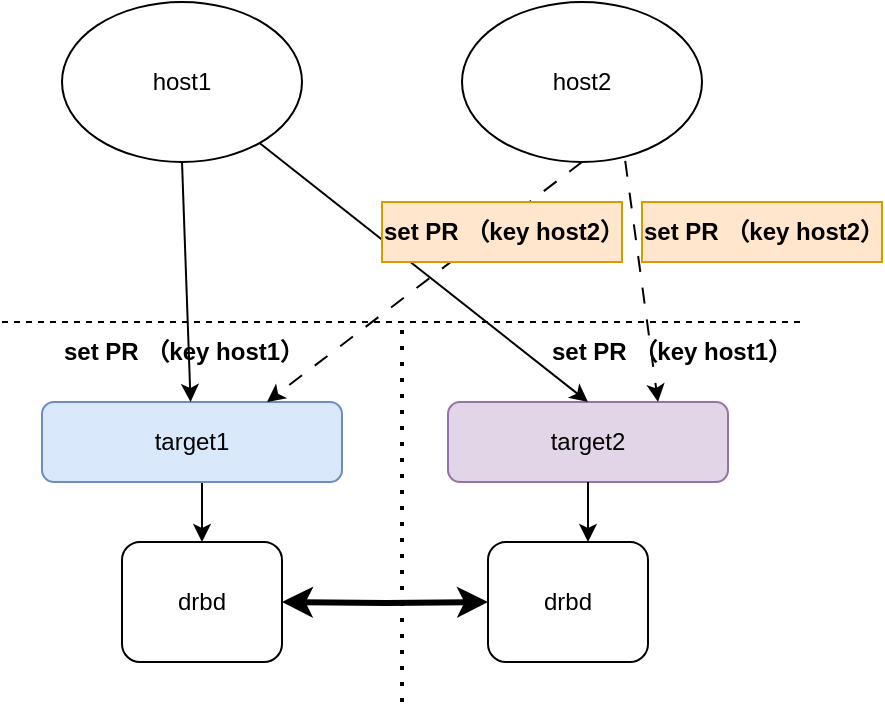
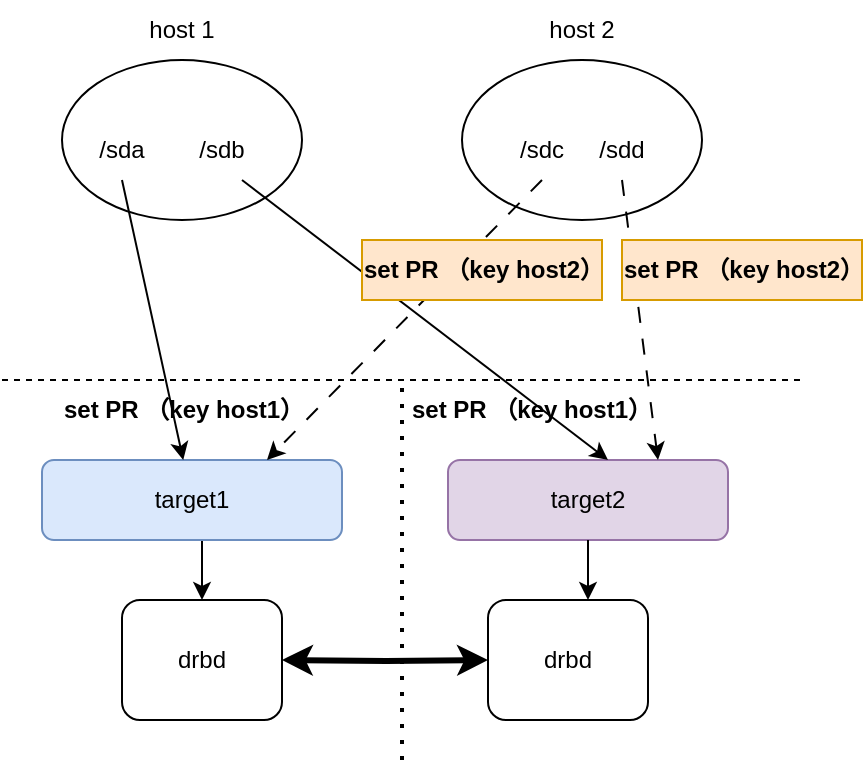
<mxfile host="app.diagrams.net">
  <diagram name="第 1 页" id="Ifx6KEgPPU0D2kjR70l6">
    <mxGraphModel dx="1021" dy="637" grid="1" gridSize="10" guides="0" tooltips="1" connect="1" arrows="1" fold="1" page="1" pageScale="1" pageWidth="827" pageHeight="1169" math="0" shadow="0">
      <root>
        <mxCell id="0" />
        <mxCell id="1" parent="0" />
        <mxCell id="BN7UGvUSFtl_CjC36wmj-23" edge="1" parent="1" source="BN7UGvUSFtl_CjC36wmj-1" style="edgeStyle=orthogonalEdgeStyle;rounded=0;orthogonalLoop=1;jettySize=auto;html=1;exitX=0.5;exitY=1;exitDx=0;exitDy=0;entryX=0.5;entryY=0;entryDx=0;entryDy=0;" target="BN7UGvUSFtl_CjC36wmj-17">
          <mxGeometry relative="1" as="geometry" />
        </mxCell>
        <mxCell id="BN7UGvUSFtl_CjC36wmj-1" parent="1" style="rounded=1;whiteSpace=wrap;html=1;fillColor=#dae8fc;strokeColor=#6c8ebf;" value="target1" vertex="1">
          <mxGeometry height="40" width="150" x="200" y="240" as="geometry" />
        </mxCell>
        <mxCell id="BN7UGvUSFtl_CjC36wmj-2" parent="1" style="rounded=1;whiteSpace=wrap;html=1;fillColor=#e1d5e7;strokeColor=#9673a6;" value="target2" vertex="1">
          <mxGeometry height="40" width="140" x="403" y="240" as="geometry" />
        </mxCell>
        <mxCell id="BN7UGvUSFtl_CjC36wmj-3" edge="1" parent="1" style="endArrow=none;dashed=1;html=1;rounded=0;" value="">
          <mxGeometry height="50" relative="1" width="50" as="geometry">
            <mxPoint x="180" y="200" as="sourcePoint" />
            <mxPoint x="580" y="200" as="targetPoint" />
          </mxGeometry>
        </mxCell>
-         <mxCell id="BN7UGvUSFtl_CjC36wmj-4" parent="1" style="ellipse;whiteSpace=wrap;html=1;" value="host1" vertex="1">
+         <mxCell id="BN7UGvUSFtl_CjC36wmj-4" parent="1" style="ellipse;whiteSpace=wrap;html=1;" value="" vertex="1">
          <mxGeometry height="80" width="120" x="210" y="40" as="geometry" />
        </mxCell>
-         <mxCell id="BN7UGvUSFtl_CjC36wmj-5" parent="1" style="ellipse;whiteSpace=wrap;html=1;" value="host2" vertex="1">
+         <mxCell id="BN7UGvUSFtl_CjC36wmj-5" parent="1" style="ellipse;whiteSpace=wrap;html=1;" value="" vertex="1">
          <mxGeometry height="80" width="120" x="410" y="40" as="geometry" />
        </mxCell>
-         <mxCell id="BN7UGvUSFtl_CjC36wmj-7" edge="1" parent="1" source="BN7UGvUSFtl_CjC36wmj-4" style="endArrow=classic;html=1;rounded=0;exitX=0.5;exitY=1;exitDx=0;exitDy=0;" target="BN7UGvUSFtl_CjC36wmj-1" value="">
+         <mxCell id="BN7UGvUSFtl_CjC36wmj-7" edge="1" parent="1" source="jlSp_G2U_6gr9TUBWSZ1-6" style="endArrow=classic;html=1;rounded=0;exitX=0.5;exitY=1;exitDx=0;exitDy=0;" target="BN7UGvUSFtl_CjC36wmj-1" value="">
          <mxGeometry height="50" relative="1" width="50" as="geometry">
            <mxPoint x="390" y="360" as="sourcePoint" />
            <mxPoint x="440" y="310" as="targetPoint" />
          </mxGeometry>
        </mxCell>
-         <mxCell id="BN7UGvUSFtl_CjC36wmj-8" edge="1" parent="1" source="BN7UGvUSFtl_CjC36wmj-4" style="endArrow=classic;html=1;rounded=0;entryX=0.5;entryY=0;entryDx=0;entryDy=0;" target="BN7UGvUSFtl_CjC36wmj-2" value="">
+         <mxCell id="BN7UGvUSFtl_CjC36wmj-8" edge="1" parent="1" style="endArrow=classic;html=1;rounded=0;entryX=0.5;entryY=0;entryDx=0;entryDy=0;exitX=0.5;exitY=1;exitDx=0;exitDy=0;" value="">
          <mxGeometry height="50" relative="1" width="50" as="geometry">
-             <mxPoint x="390" y="360" as="sourcePoint" />
-             <mxPoint x="440" y="310" as="targetPoint" />
+             <mxPoint x="300" y="100" as="sourcePoint" />
+             <mxPoint x="483" y="240" as="targetPoint" />
          </mxGeometry>
        </mxCell>
        <mxCell id="BN7UGvUSFtl_CjC36wmj-12" edge="1" parent="1" style="edgeStyle=orthogonalEdgeStyle;rounded=0;orthogonalLoop=1;jettySize=auto;html=1;exitX=1;exitY=0.5;exitDx=0;exitDy=0;entryX=0;entryY=0.5;entryDx=0;entryDy=0;startArrow=classic;startFill=1;curved=0;strokeWidth=3;" target="BN7UGvUSFtl_CjC36wmj-20">
          <mxGeometry relative="1" as="geometry">
            <mxPoint x="320" y="340" as="sourcePoint" />
            <mxPoint x="410" y="340" as="targetPoint" />
          </mxGeometry>
        </mxCell>
        <mxCell id="BN7UGvUSFtl_CjC36wmj-14" parent="1" style="text;html=1;whiteSpace=wrap;strokeColor=none;fillColor=none;align=center;verticalAlign=middle;rounded=0;" value="&lt;b&gt;set PR （key host1）&lt;/b&gt;" vertex="1">
          <mxGeometry height="30" width="120" x="210" y="200" as="geometry" />
        </mxCell>
        <mxCell id="BN7UGvUSFtl_CjC36wmj-16" parent="1" style="text;html=1;whiteSpace=wrap;strokeColor=none;fillColor=none;align=center;verticalAlign=middle;rounded=0;" value="&lt;b&gt;set PR （key host1）&lt;/b&gt;" vertex="1">
-           <mxGeometry height="30" width="130" x="450" y="200" as="geometry" />
+           <mxGeometry height="30" width="130" x="380" y="200" as="geometry" />
        </mxCell>
        <mxCell id="BN7UGvUSFtl_CjC36wmj-17" parent="1" style="rounded=1;whiteSpace=wrap;html=1;" value="drbd" vertex="1">
          <mxGeometry height="60" width="80" x="240" y="310" as="geometry" />
        </mxCell>
        <mxCell id="BN7UGvUSFtl_CjC36wmj-20" parent="1" style="rounded=1;whiteSpace=wrap;html=1;" value="drbd" vertex="1">
          <mxGeometry height="60" width="80" x="423" y="310" as="geometry" />
        </mxCell>
        <mxCell id="BN7UGvUSFtl_CjC36wmj-21" edge="1" parent="1" style="endArrow=none;dashed=1;html=1;dashPattern=1 3;strokeWidth=2;rounded=0;" value="">
          <mxGeometry height="50" relative="1" width="50" as="geometry">
            <mxPoint x="380" y="390" as="sourcePoint" />
            <mxPoint x="380" y="200" as="targetPoint" />
          </mxGeometry>
        </mxCell>
        <mxCell id="BN7UGvUSFtl_CjC36wmj-24" edge="1" parent="1" source="BN7UGvUSFtl_CjC36wmj-2" style="edgeStyle=orthogonalEdgeStyle;rounded=0;orthogonalLoop=1;jettySize=auto;html=1;exitX=0.5;exitY=1;exitDx=0;exitDy=0;entryX=0.625;entryY=0;entryDx=0;entryDy=0;entryPerimeter=0;" target="BN7UGvUSFtl_CjC36wmj-20">
          <mxGeometry relative="1" as="geometry" />
        </mxCell>
-         <mxCell id="jlSp_G2U_6gr9TUBWSZ1-2" edge="1" parent="1" source="BN7UGvUSFtl_CjC36wmj-5" style="endArrow=classic;html=1;rounded=0;exitX=0.5;exitY=1;exitDx=0;exitDy=0;entryX=0.75;entryY=0;entryDx=0;entryDy=0;dashed=1;dashPattern=8 8;" target="BN7UGvUSFtl_CjC36wmj-1" value="">
+         <mxCell id="jlSp_G2U_6gr9TUBWSZ1-2" edge="1" parent="1" source="jlSp_G2U_6gr9TUBWSZ1-7" style="endArrow=classic;html=1;rounded=0;exitX=0.5;exitY=1;exitDx=0;exitDy=0;entryX=0.75;entryY=0;entryDx=0;entryDy=0;dashed=1;dashPattern=8 8;" target="BN7UGvUSFtl_CjC36wmj-1" value="">
          <mxGeometry height="50" relative="1" width="50" as="geometry">
            <mxPoint x="390" y="360" as="sourcePoint" />
            <mxPoint x="440" y="310" as="targetPoint" />
          </mxGeometry>
        </mxCell>
-         <mxCell id="jlSp_G2U_6gr9TUBWSZ1-3" edge="1" parent="1" source="BN7UGvUSFtl_CjC36wmj-5" style="endArrow=classic;html=1;rounded=0;exitX=0.68;exitY=0.993;exitDx=0;exitDy=0;entryX=0.75;entryY=0;entryDx=0;entryDy=0;dashed=1;dashPattern=8 8;exitPerimeter=0;" target="BN7UGvUSFtl_CjC36wmj-2" value="">
+         <mxCell id="jlSp_G2U_6gr9TUBWSZ1-3" edge="1" parent="1" source="jlSp_G2U_6gr9TUBWSZ1-11" style="endArrow=classic;html=1;rounded=0;exitX=0.5;exitY=1;exitDx=0;exitDy=0;entryX=0.75;entryY=0;entryDx=0;entryDy=0;dashed=1;dashPattern=8 8;" target="BN7UGvUSFtl_CjC36wmj-2" value="">
          <mxGeometry height="50" relative="1" width="50" as="geometry">
            <mxPoint x="577" y="150" as="sourcePoint" />
            <mxPoint x="420" y="270" as="targetPoint" />
          </mxGeometry>
        </mxCell>
        <mxCell id="jlSp_G2U_6gr9TUBWSZ1-4" parent="1" style="text;html=1;whiteSpace=wrap;strokeColor=#d79b00;fillColor=#ffe6cc;align=center;verticalAlign=middle;rounded=0;" value="&lt;b&gt;set PR （key host2）&lt;/b&gt;" vertex="1">
-           <mxGeometry height="30" width="120" x="370" y="140" as="geometry" />
+           <mxGeometry height="30" width="120" x="360" y="130" as="geometry" />
        </mxCell>
        <mxCell id="jlSp_G2U_6gr9TUBWSZ1-5" parent="1" style="text;html=1;whiteSpace=wrap;strokeColor=#d79b00;fillColor=#ffe6cc;align=center;verticalAlign=middle;rounded=0;" value="&lt;b&gt;set PR （key host2）&lt;/b&gt;" vertex="1">
-           <mxGeometry height="30" width="120" x="500" y="140" as="geometry" />
+           <mxGeometry height="30" width="120" x="490" y="130" as="geometry" />
+         </mxCell>
+         <mxCell id="jlSp_G2U_6gr9TUBWSZ1-6" parent="1" style="text;html=1;whiteSpace=wrap;strokeColor=none;fillColor=none;align=center;verticalAlign=middle;rounded=0;" value="/sda" vertex="1">
+           <mxGeometry height="30" width="60" x="210" y="70" as="geometry" />
+         </mxCell>
+         <mxCell id="jlSp_G2U_6gr9TUBWSZ1-7" parent="1" style="text;html=1;whiteSpace=wrap;strokeColor=none;fillColor=none;align=center;verticalAlign=middle;rounded=0;" value="/sdc" vertex="1">
+           <mxGeometry height="30" width="60" x="420" y="70" as="geometry" />
+         </mxCell>
+         <mxCell id="jlSp_G2U_6gr9TUBWSZ1-8" parent="1" style="text;html=1;whiteSpace=wrap;strokeColor=none;fillColor=none;align=center;verticalAlign=middle;rounded=0;" value="host 1" vertex="1">
+           <mxGeometry height="30" width="60" x="240" y="10" as="geometry" />
+         </mxCell>
+         <mxCell id="jlSp_G2U_6gr9TUBWSZ1-9" parent="1" style="text;html=1;whiteSpace=wrap;strokeColor=none;fillColor=none;align=center;verticalAlign=middle;rounded=0;" value="host 2" vertex="1">
+           <mxGeometry height="30" width="60" x="440" y="10" as="geometry" />
+         </mxCell>
+         <mxCell id="jlSp_G2U_6gr9TUBWSZ1-10" parent="1" style="text;html=1;whiteSpace=wrap;strokeColor=none;fillColor=none;align=center;verticalAlign=middle;rounded=0;" value="/sdb" vertex="1">
+           <mxGeometry height="30" width="60" x="260" y="70" as="geometry" />
+         </mxCell>
+         <mxCell id="jlSp_G2U_6gr9TUBWSZ1-11" parent="1" style="text;html=1;whiteSpace=wrap;strokeColor=none;fillColor=none;align=center;verticalAlign=middle;rounded=0;" value="/sdd" vertex="1">
+           <mxGeometry height="30" width="60" x="460" y="70" as="geometry" />
        </mxCell>
      </root>
    </mxGraphModel>
  </diagram>
</mxfile>
